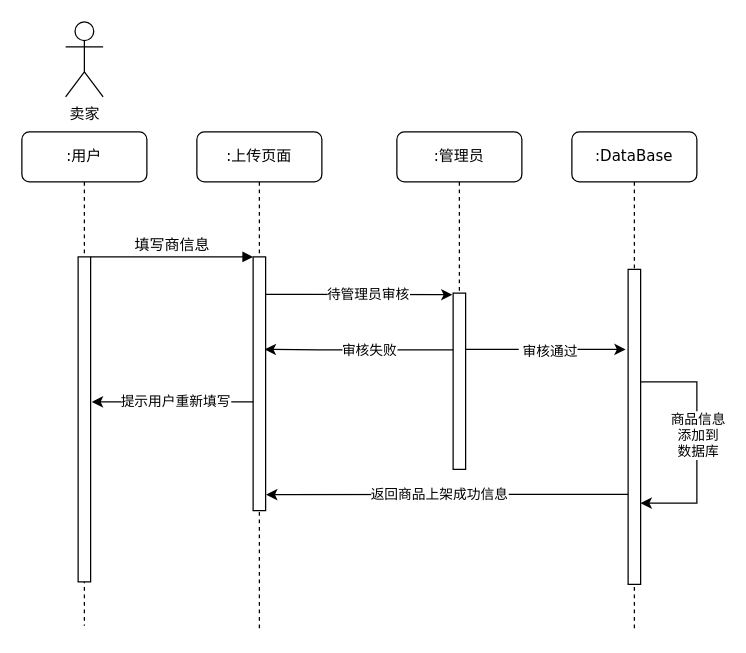
Before: 商品上传顺序图.drawio in 200928/image, a draw.io diagram. Source tidied: cells renumbered, new cells numbered last; positions are measured from the earlier drawing's top-left corner, leaving out a move shared by most shapes. Both pictures are drawn from the tidied source at 125%, with x=0, y=0 at pixel (21, 21).
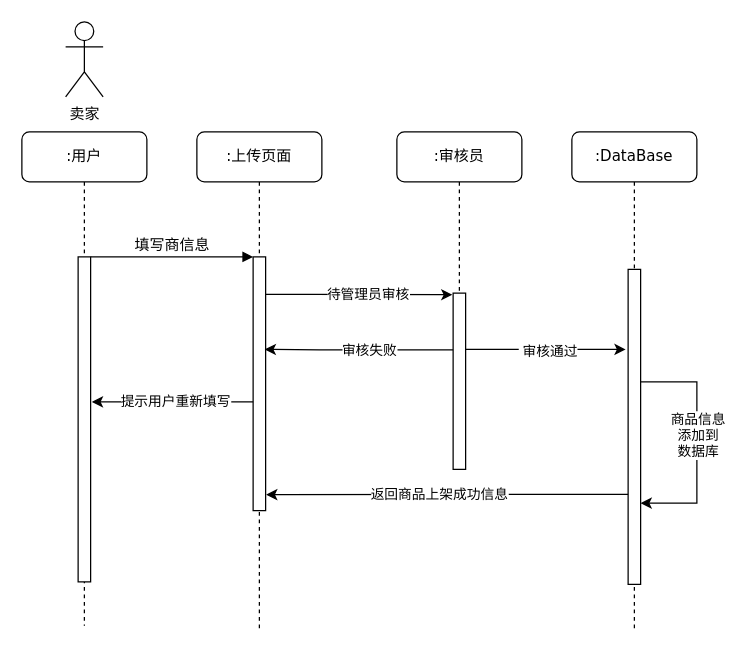
Above is the later version.

Commit message (it also covers changes not shown here):
更新商品上传顺序图.drawio

The edit, as a diff of the source:
```diff
@@
-    <mxCell id="4" value=":管理员" style="shape=umlLifeline;perimeter=lifelinePerimeter;whiteSpace=wrap;html=1;rounded=1;shadow=0;comic=0;labelBackgroundColor=none;strokeWidth=1;fontFamily=Verdana;fontSize=12;align=center;" parent="1" vertex="1">
+    <mxCell id="4" value=":审核员" style="shape=umlLifeline;perimeter=lifelinePerimeter;whiteSpace=wrap;html=1;rounded=1;shadow=0;comic=0;labelBackgroundColor=none;strokeWidth=1;fontFamily=Verdana;fontSize=12;align=center;" parent="1" vertex="1">
       <mxGeometry x="300" y="88" width="100" height="270" as="geometry" />
     </mxCell>
```
